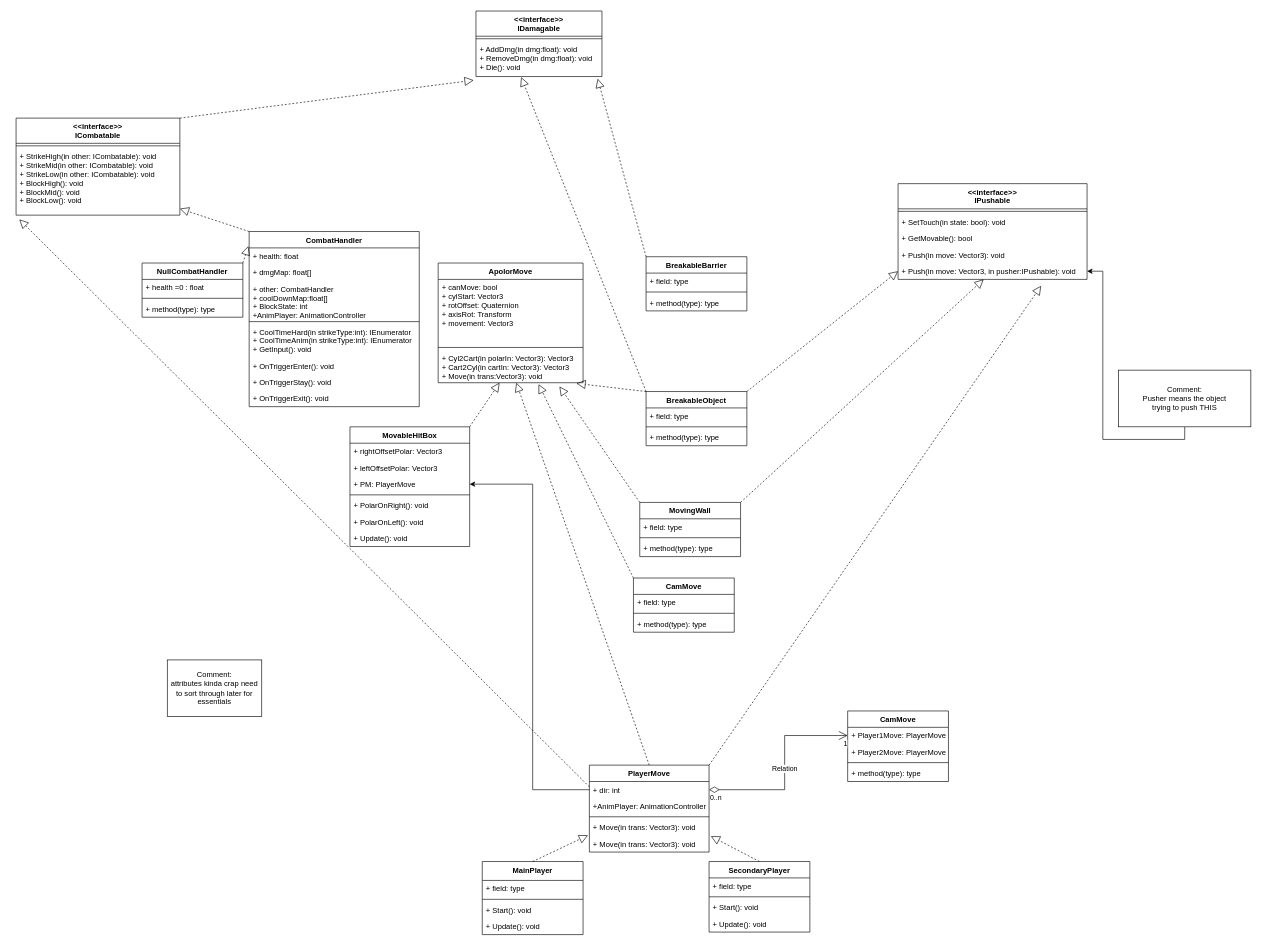
birdboiboi/MechaMaria keeps this draw.io diagram as page "Page-2" (2 of 2) of combat_uml.drawio. Above is the earlier version. Source tidied: cells renumbered, new cells numbered last; positions are measured from the earlier drawing's top-left corner, leaving out a move shared by most shapes. Both pictures are drawn from the tidied source at 63%, with x=0, y=0 at pixel (16, 11).
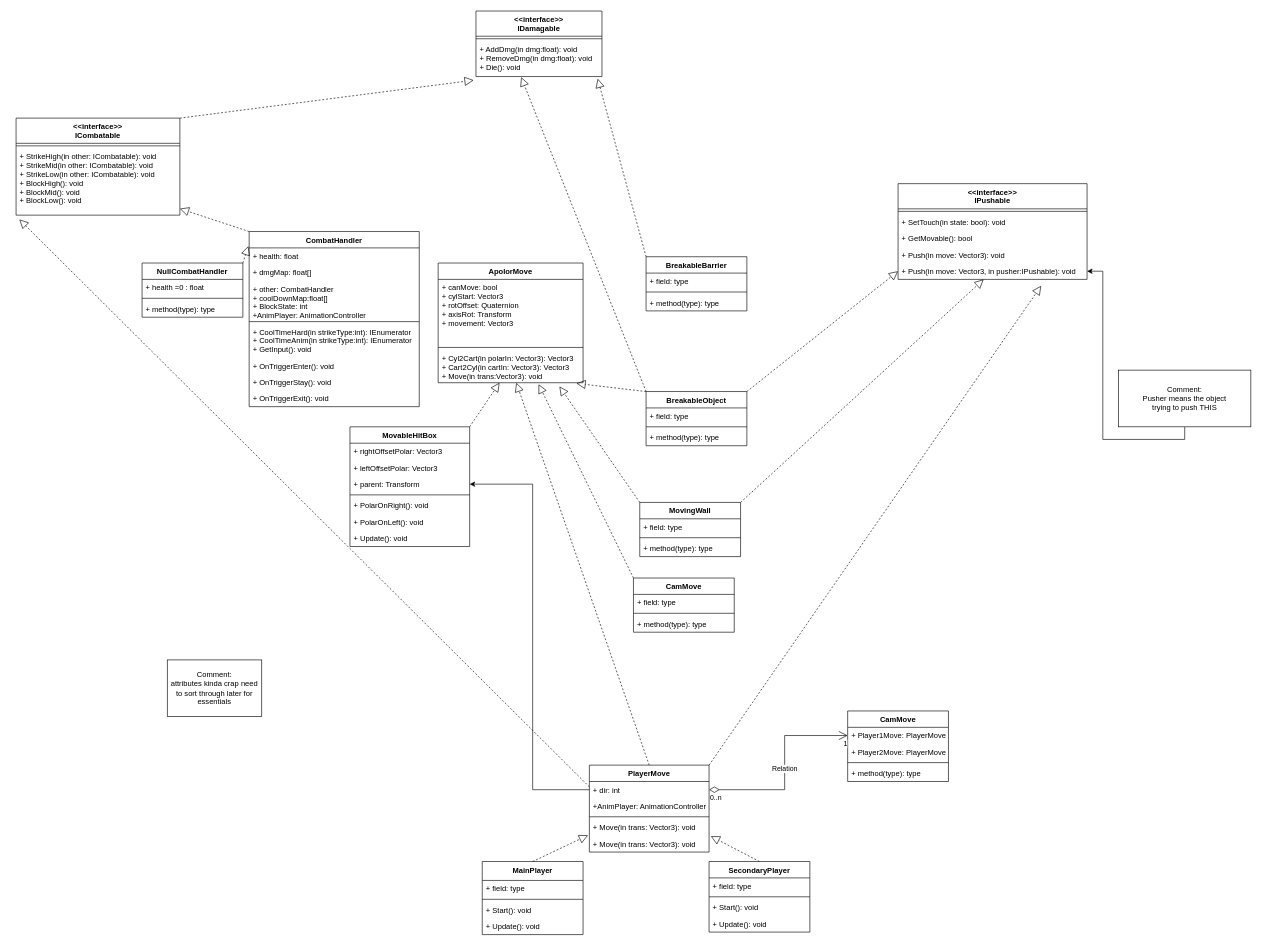
The same diagram, later.

The change refers to these unchanged cells:
```xml
<mxCell id="68" value="MovableHitBox" style="swimlane;fontStyle=1;align=center;verticalAlign=top;horizontal=1;startSize=26;" parent="1" vertex="1">
  <mxGeometry x="530" y="660" width="190" height="190" as="geometry" />
</mxCell>
```

Diff of the diagram source:
```diff
@@
-    <mxCell id="71" value="+ PM: PlayerMove" style="text;strokeColor=none;fillColor=none;align=left;verticalAlign=top;spacingLeft=4;spacingRight=4;overflow=hidden;points=[[0,0.5],[1,0.5]];portConstraint=eastwest;" parent="68" vertex="1">
+    <mxCell id="71" value="+ parent: Transform" style="text;strokeColor=none;fillColor=none;align=left;verticalAlign=top;spacingLeft=4;spacingRight=4;overflow=hidden;points=[[0,0.5],[1,0.5]];portConstraint=eastwest;" parent="68" vertex="1">
       <mxGeometry y="78" width="190" height="26" as="geometry" />
     </mxCell>
```
